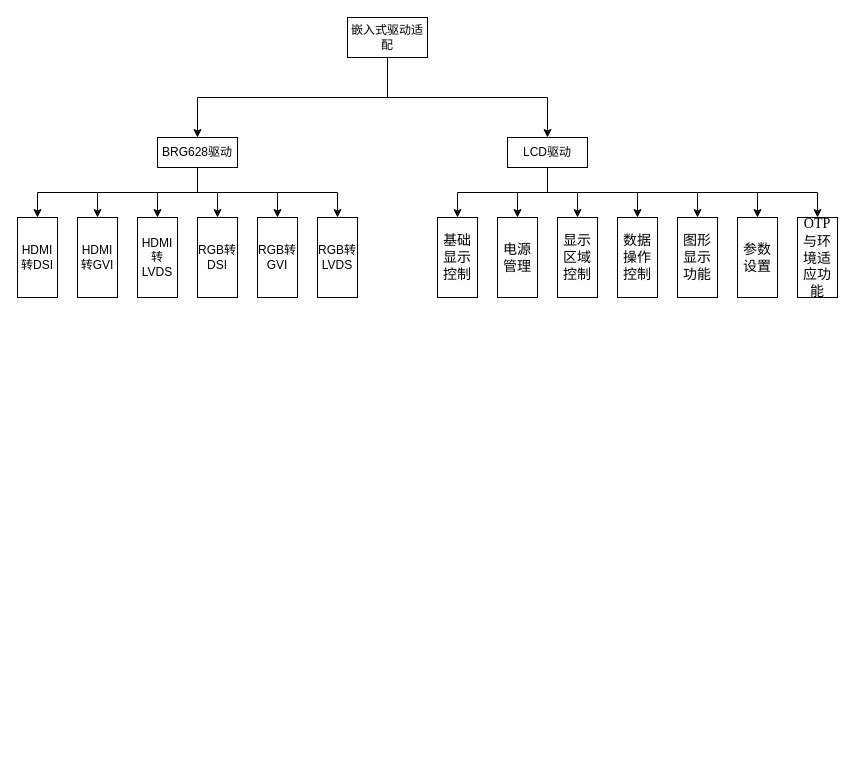
Above: 软件能力图.drawio in hyyoxhk/hyyoxhk (draw.io), before the change. Source tidied: cells renumbered, new cells numbered last; positions are measured from the earlier drawing's top-left corner, leaving out a move shared by most shapes. Both pictures are drawn from the tidied source at 100%, with x=0, y=0 at pixel (17, 17).
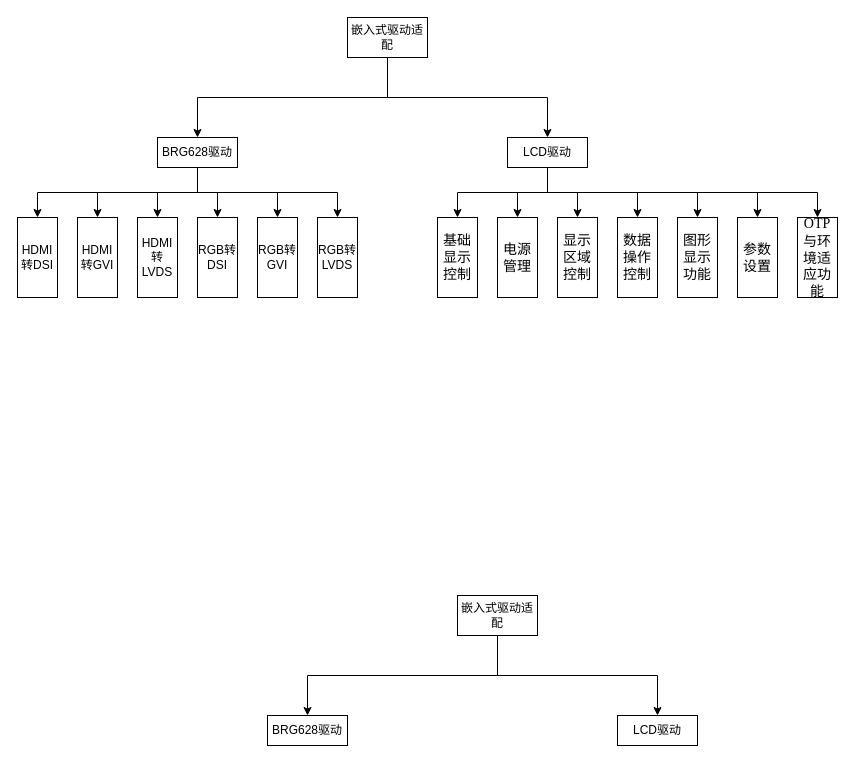
Above is the later version.

Commit message:
更新软件能力图.drawio

Diff of the diagram source:
```diff
@@
+    <mxCell id="33" style="edgeStyle=elbowEdgeStyle;rounded=0;jettySize=auto;elbow=vertical;html=1;entryX=0.5;entryY=0;entryDx=0;entryDy=0;labelBackgroundColor=none;fontColor=default;" parent="1" edge="1" source="35" target="36">
+      <mxGeometry relative="1" as="geometry" />
+    </mxCell>
+    <mxCell id="34" style="edgeStyle=elbowEdgeStyle;rounded=0;jettySize=auto;elbow=vertical;html=1;entryX=0.5;entryY=0;entryDx=0;entryDy=0;labelBackgroundColor=none;fontColor=default;" parent="1" edge="1" source="35" target="37">
+      <mxGeometry relative="1" as="geometry" />
+    </mxCell>
+    <mxCell id="35" value="嵌入式驱动适配" style="rounded=0;whiteSpace=wrap;html=1;labelBackgroundColor=none;" parent="1" vertex="1">
+      <mxGeometry x="440" y="578" width="80" height="40" as="geometry" />
+    </mxCell>
+    <mxCell id="36" value="BRG628驱动" style="rounded=0;whiteSpace=wrap;html=1;labelBackgroundColor=none;" parent="1" vertex="1">
+      <mxGeometry x="250" y="698" width="80" height="30" as="geometry" />
+    </mxCell>
+    <mxCell id="37" value="LCD驱动" style="rounded=0;whiteSpace=wrap;html=1;labelBackgroundColor=none;" parent="1" vertex="1">
+      <mxGeometry x="600" y="698" width="80" height="30" as="geometry" />
+    </mxCell>
```
